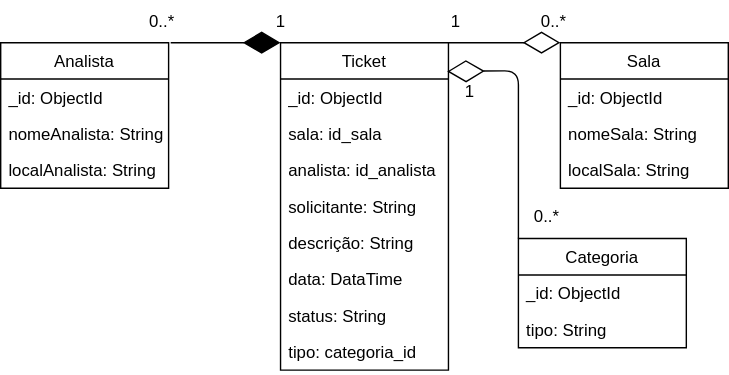
The draw.io diagram docs/NoAM.svg in RafaelVSs/DSM-G06-PI3-2024-1, before a commit. Source tidied: cells renumbered, new cells last; positions are measured from the earlier drawing's top-left corner, leaving out a move shared by most shapes.
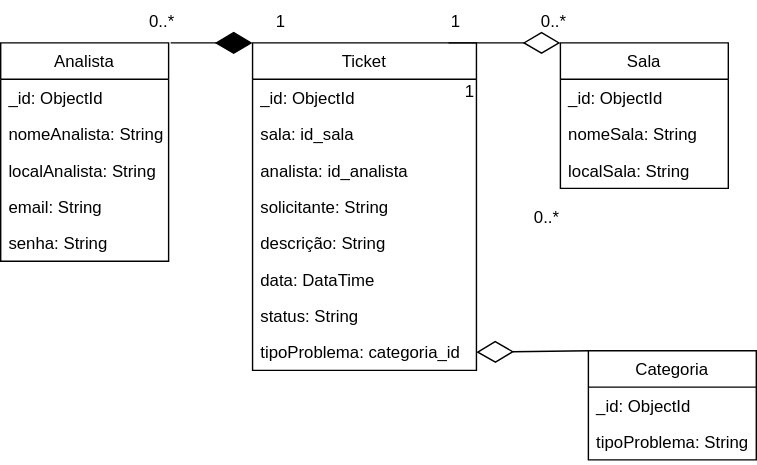
After the change.

What changed in the source:
```diff
@@ -3,7 +3,7 @@
     <mxCell id="0" />
     <mxCell id="1" parent="0" />
     <mxCell id="2" value="Analista" style="swimlane;fontStyle=0;horizontal=1;startSize=26;fillColor=none;" parent="1" vertex="1">
-      <mxGeometry y="30" width="120" height="104" as="geometry" />
+      <mxGeometry y="30" width="120" height="156" as="geometry" />
     </mxCell>
     <mxCell id="3" value="_id: ObjectId" style="text;strokeColor=none;fillColor=none;align=left;verticalAlign=top;spacingLeft=4;spacingRight=4;overflow=hidden;" parent="2" vertex="1">
       <mxGeometry y="26" width="120" height="26" as="geometry" />
@@ -11,8 +11,14 @@
     <mxCell id="4" value="nomeAnalista: String" style="text;strokeColor=none;fillColor=none;align=left;verticalAlign=top;spacingLeft=4;spacingRight=4;overflow=hidden;" parent="2" vertex="1">
       <mxGeometry y="52" width="120" height="26" as="geometry" />
     </mxCell>
+    <mxCell id="32" value="localAnalista: String" style="text;strokeColor=none;fillColor=none;align=left;verticalAlign=top;spacingLeft=4;spacingRight=4;overflow=hidden;" parent="2" vertex="1">
+      <mxGeometry y="78" width="120" height="26" as="geometry" />
+    </mxCell>
+    <mxCell id="33" value="email: String" style="text;strokeColor=none;fillColor=none;align=left;verticalAlign=top;spacingLeft=4;spacingRight=4;overflow=hidden;" parent="2" vertex="1">
+      <mxGeometry y="104" width="120" height="26" as="geometry" />
+    </mxCell>
-    <mxCell id="5" value="localAnalista: String" style="text;strokeColor=none;fillColor=none;align=left;verticalAlign=top;spacingLeft=4;spacingRight=4;overflow=hidden;" parent="2" vertex="1">
-      <mxGeometry y="78" width="120" height="26" as="geometry" />
+    <mxCell id="5" value="senha: String" style="text;strokeColor=none;fillColor=none;align=left;verticalAlign=top;spacingLeft=4;spacingRight=4;overflow=hidden;" parent="2" vertex="1">
+      <mxGeometry y="130" width="120" height="26" as="geometry" />
     </mxCell>
     <mxCell id="6" value="Sala" style="swimlane;fontStyle=0;horizontal=1;startSize=26;fillColor=none;" parent="1" vertex="1">
       <mxGeometry x="400" y="30" width="120" height="104" as="geometry" />
@@ -27,31 +33,31 @@
       <mxGeometry y="78" width="120" height="26" as="geometry" />
     </mxCell>
     <mxCell id="10" value="Ticket" style="swimlane;fontStyle=0;horizontal=1;startSize=26;fillColor=none;" parent="1" vertex="1">
-      <mxGeometry x="200" y="30" width="120" height="234" as="geometry" />
+      <mxGeometry x="180" y="30" width="160" height="234" as="geometry" />
     </mxCell>
     <mxCell id="11" value="_id: ObjectId" style="text;strokeColor=none;fillColor=none;align=left;verticalAlign=top;spacingLeft=4;spacingRight=4;overflow=hidden;" parent="10" vertex="1">
-      <mxGeometry y="26" width="120" height="26" as="geometry" />
+      <mxGeometry y="26" width="160" height="26" as="geometry" />
     </mxCell>
     <mxCell id="12" value="sala: id_sala" style="text;strokeColor=none;fillColor=none;align=left;verticalAlign=top;spacingLeft=4;spacingRight=4;overflow=hidden;" parent="10" vertex="1">
-      <mxGeometry y="52" width="120" height="26" as="geometry" />
+      <mxGeometry y="52" width="160" height="26" as="geometry" />
     </mxCell>
     <mxCell id="13" value="analista: id_analista" style="text;strokeColor=none;fillColor=none;align=left;verticalAlign=top;spacingLeft=4;spacingRight=4;overflow=hidden;" parent="10" vertex="1">
-      <mxGeometry y="78" width="120" height="26" as="geometry" />
+      <mxGeometry y="78" width="160" height="26" as="geometry" />
     </mxCell>
     <mxCell id="14" value="solicitante: String" style="text;strokeColor=none;fillColor=none;align=left;verticalAlign=top;spacingLeft=4;spacingRight=4;overflow=hidden;" parent="10" vertex="1">
-      <mxGeometry y="104" width="120" height="26" as="geometry" />
+      <mxGeometry y="104" width="160" height="26" as="geometry" />
     </mxCell>
     <mxCell id="15" value="descrição: String" style="text;strokeColor=none;fillColor=none;align=left;verticalAlign=top;spacingLeft=4;spacingRight=4;overflow=hidden;" parent="10" vertex="1">
-      <mxGeometry y="130" width="120" height="26" as="geometry" />
+      <mxGeometry y="130" width="160" height="26" as="geometry" />
     </mxCell>
     <mxCell id="16" value="data: DataTime" style="text;strokeColor=none;fillColor=none;align=left;verticalAlign=top;spacingLeft=4;spacingRight=4;overflow=hidden;" parent="10" vertex="1">
-      <mxGeometry y="156" width="120" height="26" as="geometry" />
+      <mxGeometry y="156" width="160" height="26" as="geometry" />
     </mxCell>
     <mxCell id="17" value="status: String" style="text;strokeColor=none;fillColor=none;align=left;verticalAlign=top;spacingLeft=4;spacingRight=4;overflow=hidden;" parent="10" vertex="1">
-      <mxGeometry y="182" width="120" height="26" as="geometry" />
+      <mxGeometry y="182" width="160" height="26" as="geometry" />
     </mxCell>
-    <mxCell id="18" value="tipo: categoria_id" style="text;strokeColor=none;fillColor=none;align=left;verticalAlign=top;spacingLeft=4;spacingRight=4;overflow=hidden;points=[[0,0.5],[1,0.5]];portConstraint=eastwest;" parent="10" vertex="1">
-      <mxGeometry y="208" width="120" height="26" as="geometry" />
+    <mxCell id="18" value="tipoProblema: categoria_id" style="text;strokeColor=none;fillColor=none;align=left;verticalAlign=top;spacingLeft=4;spacingRight=4;overflow=hidden;points=[[0,0.5],[1,0.5]];portConstraint=eastwest;" parent="10" vertex="1">
+      <mxGeometry y="208" width="160" height="26" as="geometry" />
     </mxCell>
     <mxCell id="19" value="0..*" style="text;html=1;align=center;verticalAlign=middle;points=[];strokeColor=none;fillColor=none;" parent="1" vertex="1">
       <mxGeometry x="95" width="40" height="30" as="geometry" />
@@ -76,26 +82,20 @@
         <mxPoint x="400" y="30" as="targetPoint" />
       </mxGeometry>
     </mxCell>
-    <mxCell id="25" style="endArrow=diamondThin;endFill=1;endSize=24;html=1;exitX=0.662;exitY=1;exitDx=0;exitDy=0;startArrow=none;exitPerimeter=0;" parent="1" edge="1" source="19">
-      <mxGeometry relative="1" as="geometry">
-        <mxPoint x="200" y="30" as="targetPoint" />
-      </mxGeometry>
+    <mxCell id="25" style="endArrow=diamondThin;endFill=1;endSize=24;html=1;exitX=0.662;exitY=1;exitDx=0;exitDy=0;startArrow=none;exitPerimeter=0;entryX=0;entryY=0;entryDx=0;entryDy=0;" parent="1" edge="1" source="19" target="10">
+      <mxGeometry relative="1" as="geometry" />
     </mxCell>
     <mxCell id="26" value="Categoria" style="swimlane;fontStyle=0;horizontal=1;startSize=26;fillColor=none;" parent="1" vertex="1">
-      <mxGeometry x="370" y="170" width="120" height="78" as="geometry" />
+      <mxGeometry x="420" y="250" width="120" height="78" as="geometry" />
     </mxCell>
     <mxCell id="27" value="_id: ObjectId" style="text;strokeColor=none;fillColor=none;align=left;verticalAlign=top;spacingLeft=4;spacingRight=4;overflow=hidden;" parent="26" vertex="1">
       <mxGeometry y="26" width="120" height="26" as="geometry" />
     </mxCell>
-    <mxCell id="28" value="tipo: String" style="text;strokeColor=none;fillColor=none;align=left;verticalAlign=top;spacingLeft=4;spacingRight=4;overflow=hidden;" parent="26" vertex="1">
+    <mxCell id="28" value="tipoProblema: String" style="text;strokeColor=none;fillColor=none;align=left;verticalAlign=top;spacingLeft=4;spacingRight=4;overflow=hidden;" parent="26" vertex="1">
       <mxGeometry y="52" width="120" height="26" as="geometry" />
     </mxCell>
-    <mxCell id="29" style="endArrow=diamondThin;endFill=0;endSize=24;html=1;exitX=0;exitY=0;exitDx=0;exitDy=0;entryX=0.992;entryY=0.088;entryDx=0;entryDy=0;entryPerimeter=0;" parent="1" edge="1" source="26" target="10">
-      <mxGeometry relative="1" as="geometry">
-        <Array as="points">
-          <mxPoint x="370" y="50" />
-        </Array>
-      </mxGeometry>
+    <mxCell id="29" style="endArrow=diamondThin;endFill=0;endSize=24;html=1;exitX=0;exitY=0;exitDx=0;exitDy=0;entryX=1;entryY=0.5;entryDx=0;entryDy=0;" parent="1" edge="1" source="26" target="18">
+      <mxGeometry relative="1" as="geometry" />
     </mxCell>
     <mxCell id="30" value="1&lt;br&gt;" style="text;html=1;align=center;verticalAlign=middle;strokeColor=none;fillColor=none;" parent="1" vertex="1">
       <mxGeometry x="320" y="50" width="30" height="30" as="geometry" />
```
